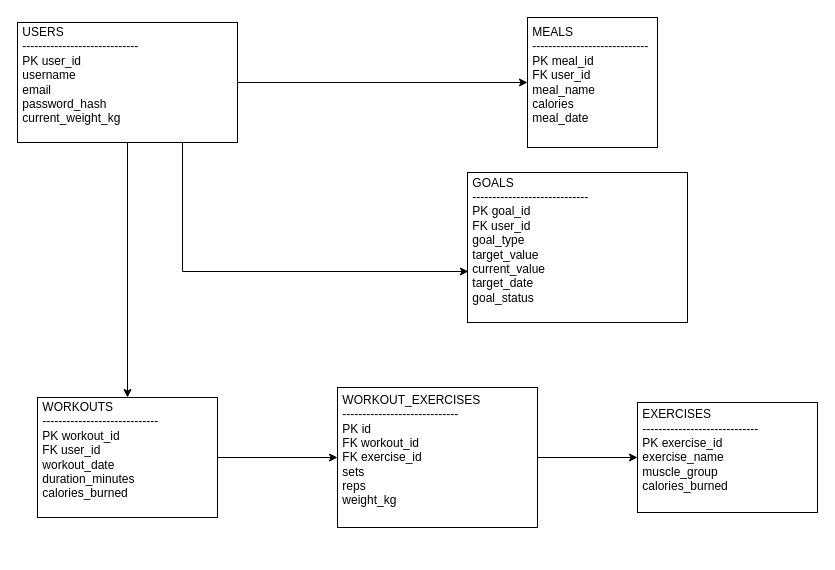
The draw.io diagram docs/goalgetter_database_schema.drawio.xml in lanamnj0/goalgetter, before the edit. Source tidied: cells renumbered, new cells numbered last; positions are measured from the earlier drawing's top-left corner, leaving out a move shared by most shapes. Both pictures are drawn from the tidied source at 100%, with x=0, y=0 at pixel (17, 17).
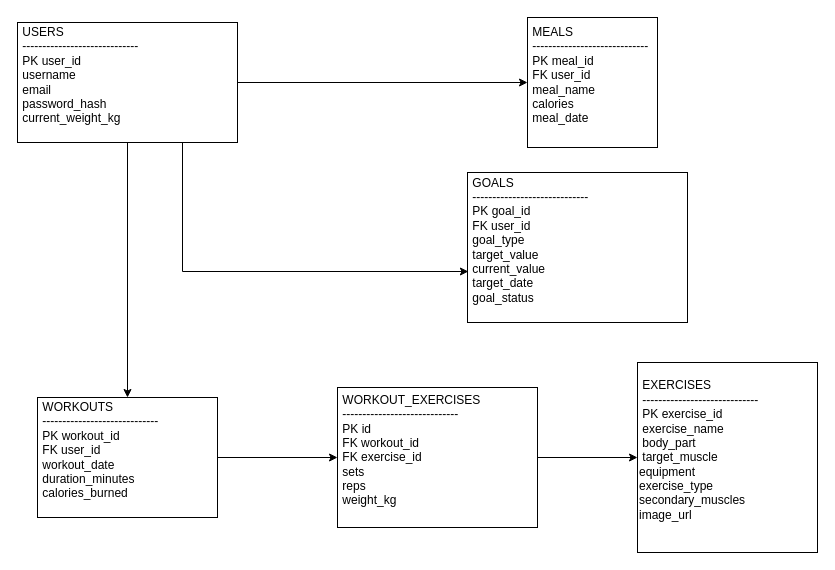
After the change.

Commit message:
update ERD XML to reflect ExerciseDB schema

The edit, as a diff of the source:
```diff
@@
 <mxGraphModel>
   <root>
     <mxCell id="0" />
     <mxCell id="1" parent="0" />
     <mxCell id="2" style="edgeStyle=orthogonalEdgeStyle;rounded=0;jettySize=auto;html=1;" parent="1" edge="1" source="4" target="6">
       <mxGeometry relative="1" as="geometry" />
     </mxCell>
     <mxCell id="3" style="edgeStyle=orthogonalEdgeStyle;rounded=0;jettySize=auto;html=1;" parent="1" edge="1" source="4" target="9">
       <mxGeometry relative="1" as="geometry" />
     </mxCell>
     <mxCell id="4" value="&amp;nbsp;USERS&lt;div&gt;&amp;nbsp;-----------------------------&lt;/div&gt;&lt;div&gt;&amp;nbsp;PK user_id&amp;nbsp;&lt;/div&gt;&lt;div&gt;&amp;nbsp;username&lt;/div&gt;&lt;div&gt;&amp;nbsp;email&lt;/div&gt;&lt;div&gt;&amp;nbsp;password_hash&lt;/div&gt;&lt;div&gt;&amp;nbsp;current_weight_kg&lt;/div&gt;&lt;div&gt;&lt;br&gt;&lt;/div&gt;" style="rounded=0;whiteSpace=wrap;html=1;align=left;" parent="1" vertex="1">
       <mxGeometry y="5" width="220" height="120" as="geometry" />
     </mxCell>
     <mxCell id="5" style="edgeStyle=orthogonalEdgeStyle;rounded=0;jettySize=auto;html=1;" parent="1" edge="1" source="6" target="8">
       <mxGeometry relative="1" as="geometry" />
     </mxCell>
     <mxCell id="6" value="&amp;nbsp;WORKOUTS&lt;br&gt;&lt;div&gt;&amp;nbsp;-----------------------------&lt;/div&gt;&lt;div&gt;&amp;nbsp;PK workout_id&amp;nbsp;&lt;/div&gt;&lt;div&gt;&amp;nbsp;FK user_id&lt;/div&gt;&lt;div&gt;&amp;nbsp;workout_date&lt;/div&gt;&lt;div&gt;&amp;nbsp;duration_minutes&lt;/div&gt;&lt;div&gt;&amp;nbsp;calories_burned&lt;/div&gt;&lt;div&gt;&lt;br&gt;&lt;/div&gt;" style="rounded=0;whiteSpace=wrap;html=1;align=left;" parent="1" vertex="1">
       <mxGeometry x="20" y="380" width="180" height="120" as="geometry" />
     </mxCell>
     <mxCell id="7" style="edgeStyle=orthogonalEdgeStyle;rounded=0;jettySize=auto;html=1;" parent="1" edge="1" source="8" target="10">
       <mxGeometry relative="1" as="geometry" />
     </mxCell>
     <mxCell id="8" value="&amp;nbsp;WORKOUT_EXERCISES&lt;br&gt;&lt;div&gt;&amp;nbsp;-----------------------------&lt;/div&gt;&lt;div&gt;&amp;nbsp;PK id&amp;nbsp;&lt;/div&gt;&lt;div&gt;&amp;nbsp;FK workout_id&lt;/div&gt;&lt;div&gt;&amp;nbsp;FK exercise_id&lt;/div&gt;&lt;div&gt;&amp;nbsp;sets&lt;/div&gt;&lt;div&gt;&amp;nbsp;reps&lt;/div&gt;&lt;div&gt;&amp;nbsp;weight_kg&lt;/div&gt;&lt;div&gt;&lt;br&gt;&lt;/div&gt;" style="rounded=0;whiteSpace=wrap;html=1;align=left;" parent="1" vertex="1">
       <mxGeometry x="320" y="370" width="200" height="140" as="geometry" />
     </mxCell>
     <mxCell id="9" value="&lt;div&gt;&lt;span style=&quot;background-color: transparent; color: light-dark(rgb(0, 0, 0), rgb(255, 255, 255));&quot;&gt;&amp;nbsp;MEALS&lt;/span&gt;&lt;/div&gt;&lt;span style=&quot;background-color: transparent; color: light-dark(rgb(0, 0, 0), rgb(255, 255, 255));&quot;&gt;&amp;nbsp;-----------------------------&lt;/span&gt;&lt;div&gt;&amp;nbsp;PK meal_id&amp;nbsp;&lt;/div&gt;&lt;div&gt;&amp;nbsp;FK user_id&lt;/div&gt;&lt;div&gt;&amp;nbsp;meal_name&lt;/div&gt;&lt;div&gt;&amp;nbsp;calories&lt;/div&gt;&lt;div&gt;&amp;nbsp;meal_date&lt;/div&gt;&lt;div&gt;&lt;br&gt;&lt;/div&gt;" style="rounded=0;whiteSpace=wrap;html=1;align=left;" parent="1" vertex="1">
       <mxGeometry x="510" width="130" height="130" as="geometry" />
     </mxCell>
-    <mxCell id="10" value="&amp;nbsp;EXERCISES&lt;br&gt;&lt;div&gt;&amp;nbsp;-----------------------------&lt;/div&gt;&lt;div&gt;&amp;nbsp;PK exercise_id&lt;/div&gt;&lt;div&gt;&amp;nbsp;exercise_name&lt;/div&gt;&lt;div&gt;&amp;nbsp;muscle_group&lt;/div&gt;&lt;div&gt;&amp;nbsp;calories_burned&lt;/div&gt;&lt;div&gt;&lt;br&gt;&lt;/div&gt;" style="rounded=0;whiteSpace=wrap;html=1;align=left;" parent="1" vertex="1">
-      <mxGeometry x="620" y="385" width="180" height="110" as="geometry" />
+    <mxCell id="10" value="&amp;nbsp;EXERCISES&lt;br&gt;&lt;div&gt;&amp;nbsp;-----------------------------&lt;/div&gt;&lt;div&gt;&amp;nbsp;PK exercise_id&lt;/div&gt;&lt;div&gt;&amp;nbsp;exercise_name&lt;/div&gt;&lt;div&gt;&amp;nbsp;body_part&lt;/div&gt;&lt;div&gt;&amp;nbsp;target_muscle&lt;/div&gt;&lt;div&gt;equipment&lt;/div&gt;&lt;div&gt;exercise_type&lt;/div&gt;&lt;div&gt;secondary_muscles&lt;/div&gt;&lt;div&gt;image_url&lt;/div&gt;&lt;div&gt;&lt;br&gt;&lt;/div&gt;" style="rounded=0;whiteSpace=wrap;html=1;align=left;" parent="1" vertex="1">
+      <mxGeometry x="620" y="345" width="180" height="190" as="geometry" />
     </mxCell>
     <mxCell id="11" value="&amp;nbsp;GOALS&lt;div&gt;&amp;nbsp;-----------------------------&lt;/div&gt;&lt;div&gt;&amp;nbsp;PK goal_id&lt;/div&gt;&lt;div&gt;&amp;nbsp;FK user_id&lt;/div&gt;&lt;div&gt;&amp;nbsp;goal_type&lt;/div&gt;&lt;div&gt;&amp;nbsp;target_value&lt;/div&gt;&lt;div&gt;&amp;nbsp;current_value&lt;/div&gt;&lt;div&gt;&amp;nbsp;target_date&lt;/div&gt;&lt;div&gt;&amp;nbsp;goal_status&lt;/div&gt;&lt;div&gt;&lt;br&gt;&lt;/div&gt;" style="rounded=0;whiteSpace=wrap;html=1;align=left;" parent="1" vertex="1">
       <mxGeometry x="450" y="155" width="220" height="150" as="geometry" />
     </mxCell>
     <mxCell id="12" style="edgeStyle=orthogonalEdgeStyle;rounded=0;jettySize=auto;html=1;exitX=0.75;exitY=1;exitDx=0;exitDy=0;entryX=0.004;entryY=0.66;entryDx=0;entryDy=0;entryPerimeter=0;" parent="1" edge="1" source="4" target="11">
       <mxGeometry relative="1" as="geometry" />
     </mxCell>
   </root>
 </mxGraphModel>
```
